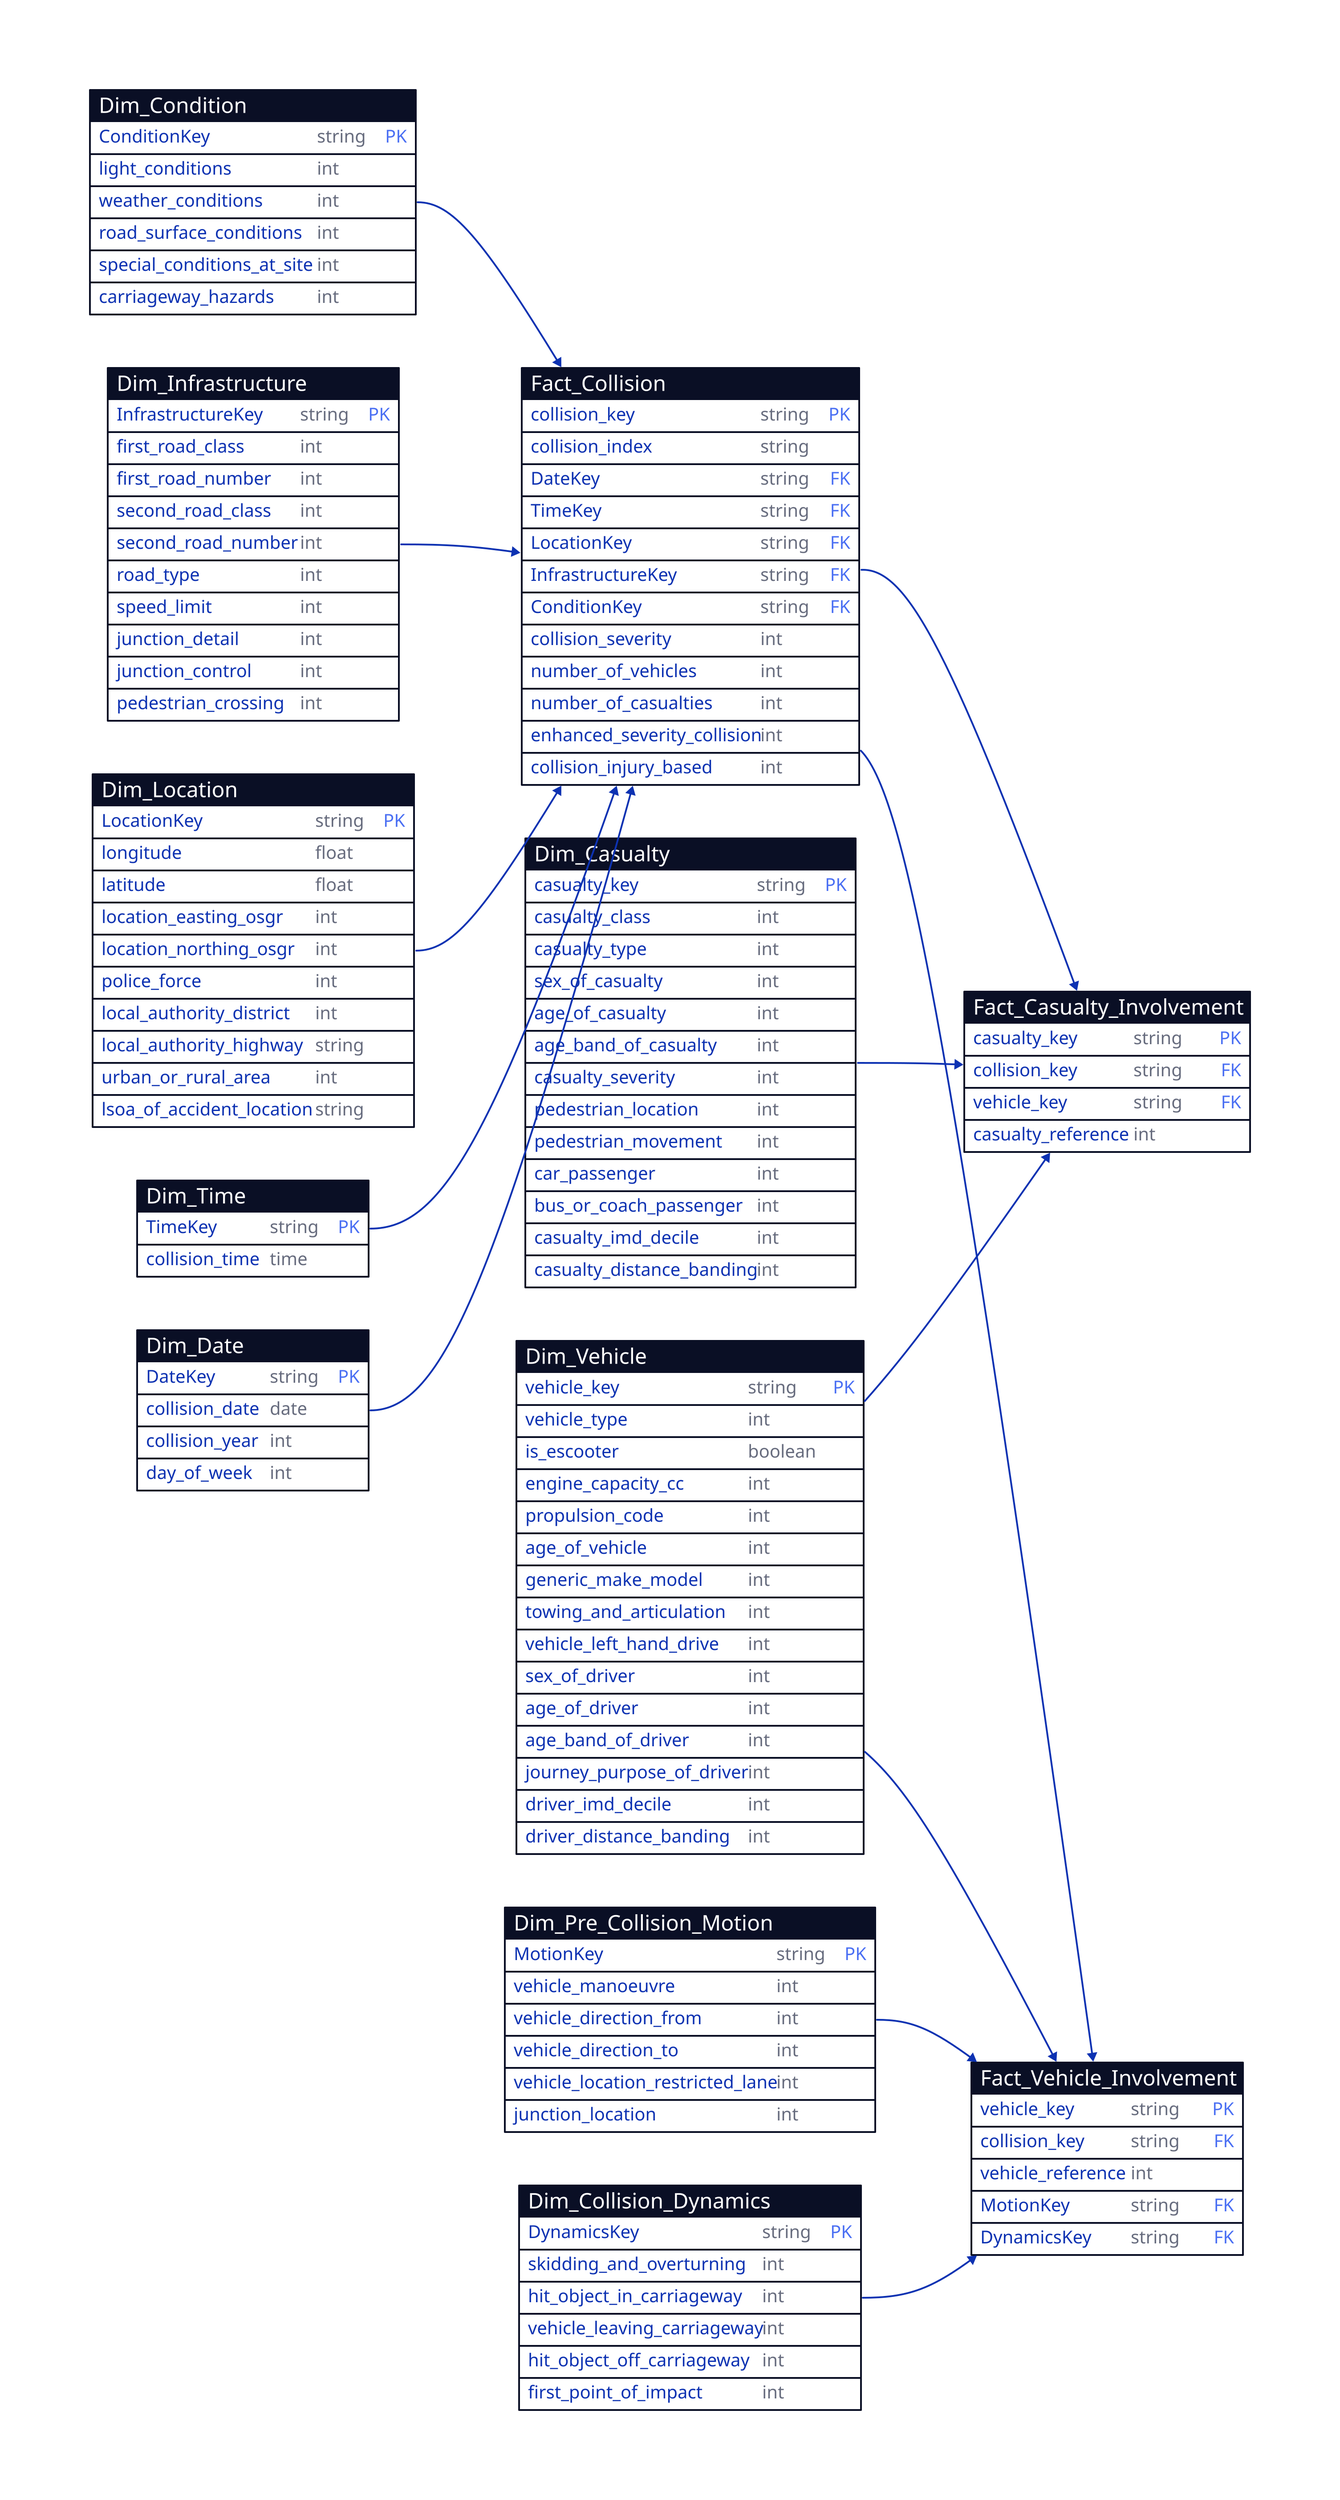
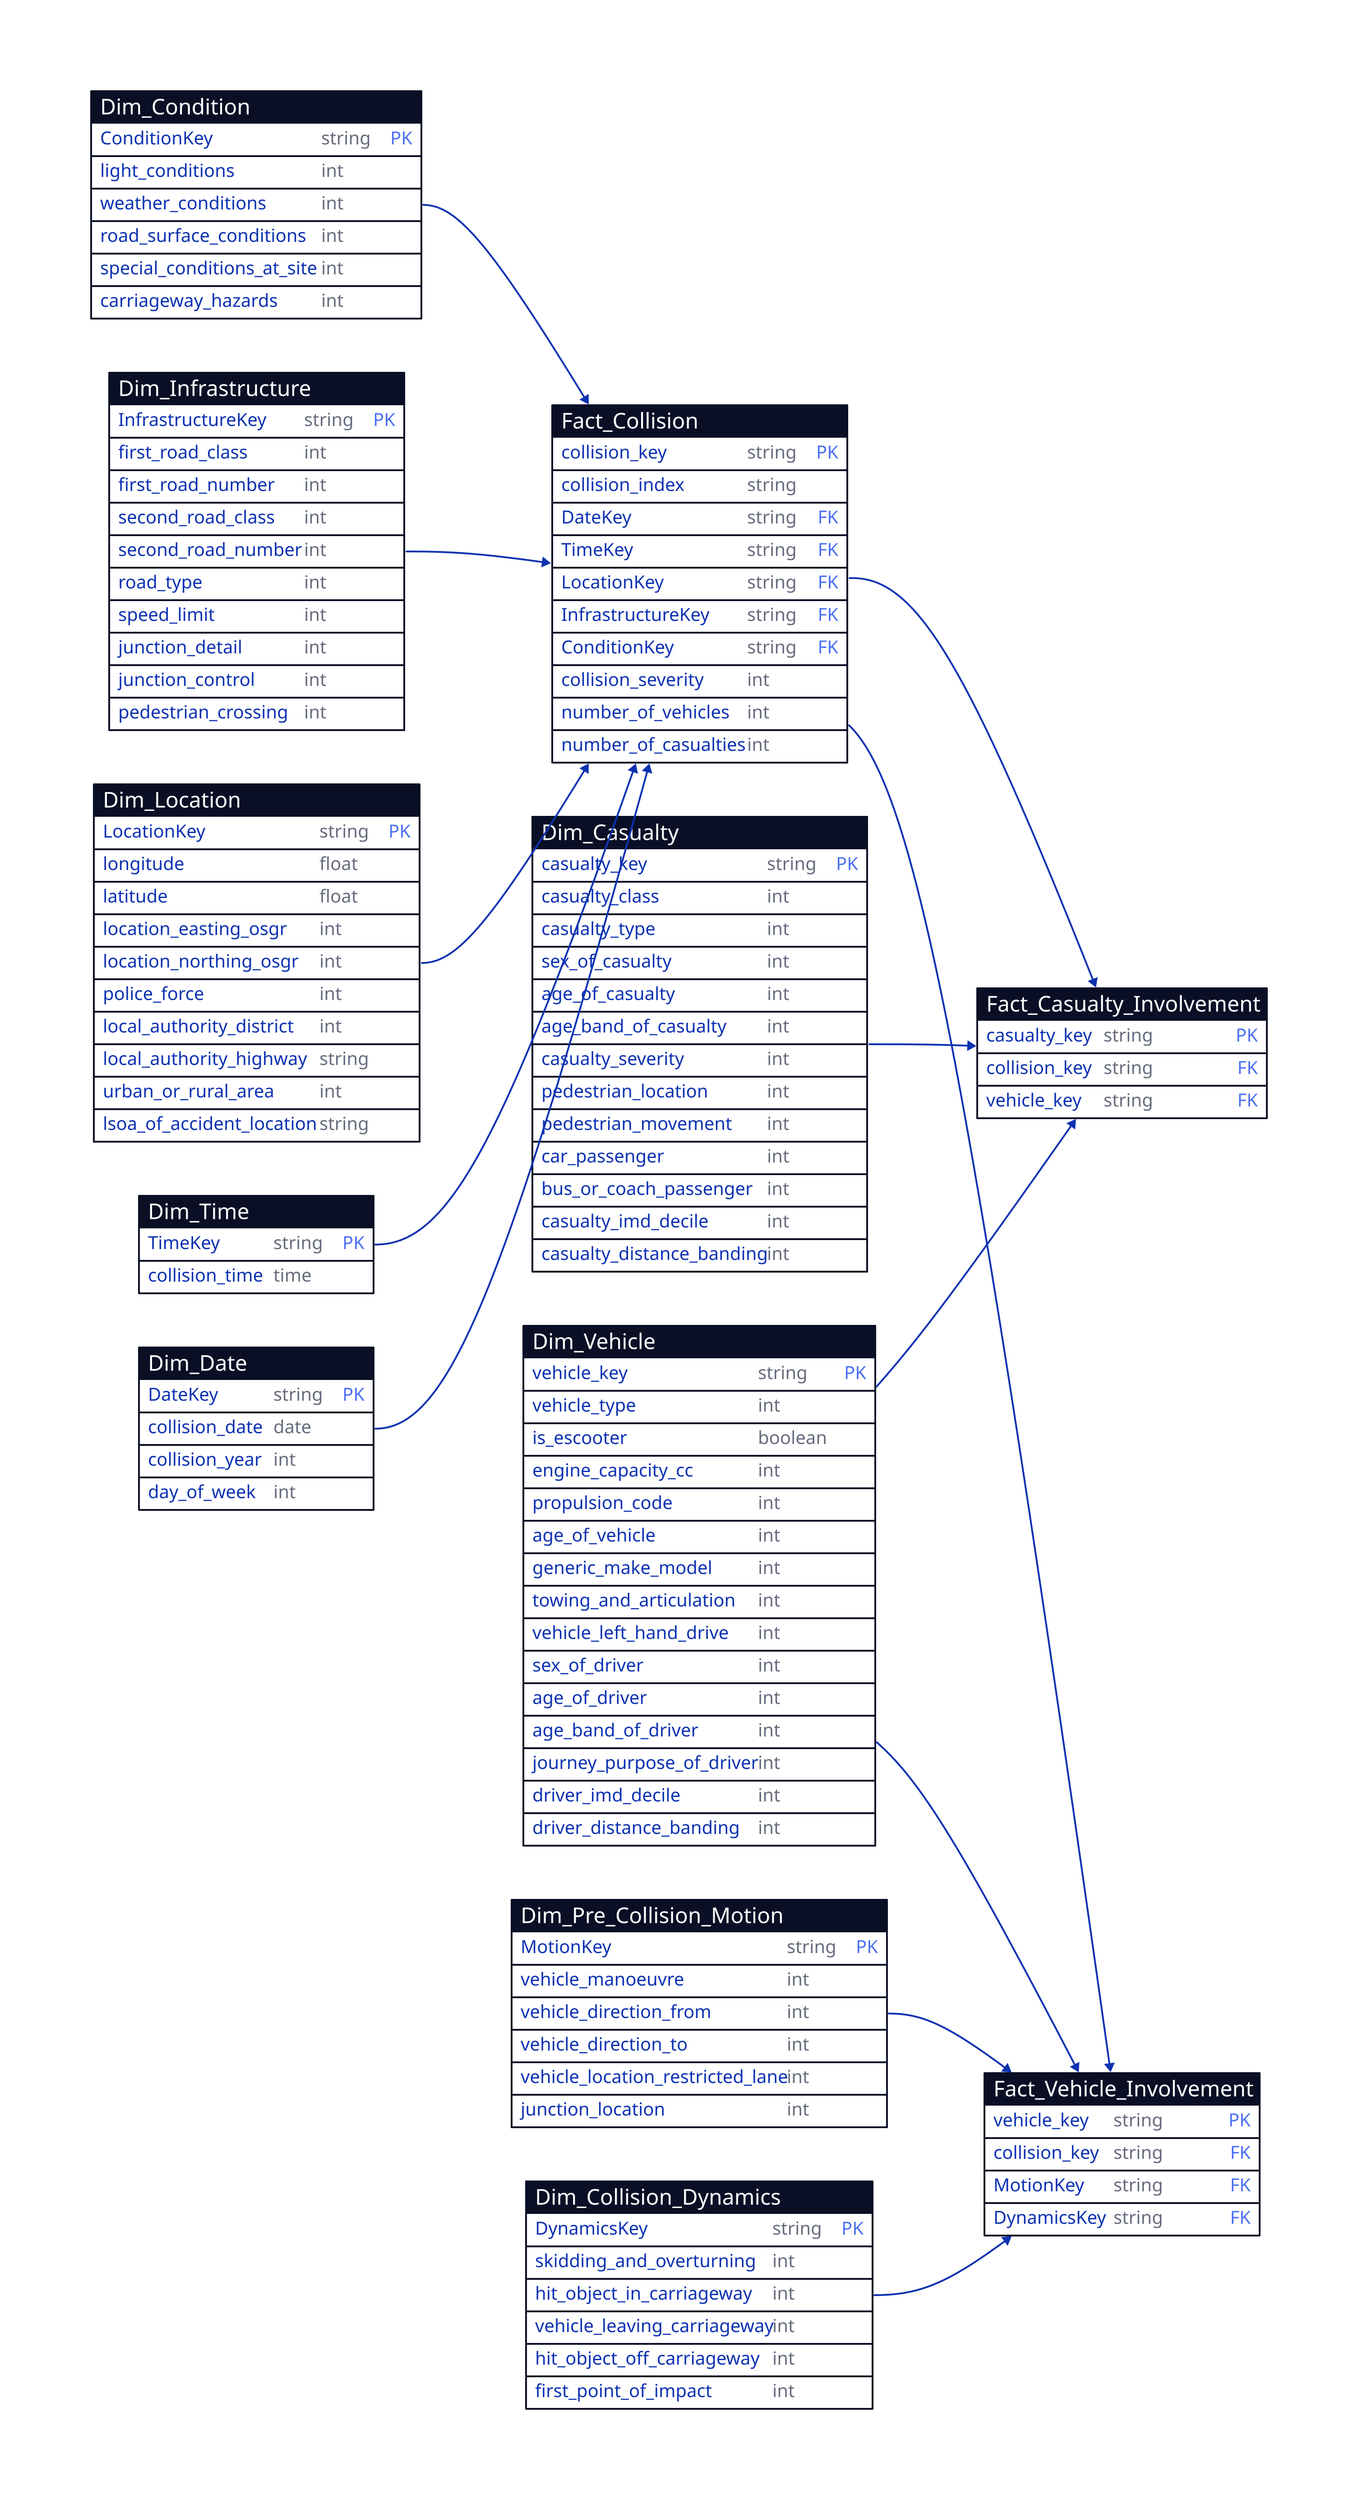
direction: right

# Fact Tables
Fact_Collision: {
  shape: sql_table
  collision_key: string {constraint: primary_key}
  collision_index: string
  DateKey: string {constraint: foreign_key}
  TimeKey: string {constraint: foreign_key}
  LocationKey: string {constraint: foreign_key}
  InfrastructureKey: string {constraint: foreign_key}
  ConditionKey: string {constraint: foreign_key}
  collision_severity: int
  number_of_vehicles: int
  number_of_casualties: int
-   enhanced_severity_collision: int
-   collision_injury_based: int
+   # skip these two (they are more complex and their handling will be added later)
+   # enhanced_severity_collision: int
+   # collision_injury_based: int
}

Fact_Vehicle_Involvement: {
  shape: sql_table
  vehicle_key: string {constraint: primary_key}
  collision_key: string {constraint: foreign_key}
-   vehicle_reference: int
  MotionKey: string {constraint: foreign_key}
  DynamicsKey: string {constraint: foreign_key}
}

Fact_Casualty_Involvement: {
  shape: sql_table
  casualty_key: string {constraint: primary_key}
  collision_key: string {constraint: foreign_key}
  vehicle_key: string {constraint: foreign_key}
-   casualty_reference: int
}

# Dimension Tables
Dim_Casualty: {
  shape: sql_table
  casualty_key: string {constraint: primary_key}
  casualty_class: int
  casualty_type: int
  sex_of_casualty: int
  age_of_casualty: int
  age_band_of_casualty: int
  casualty_severity: int
  pedestrian_location: int
  pedestrian_movement: int
  car_passenger: int
  bus_or_coach_passenger: int
  casualty_imd_decile: int
  casualty_distance_banding: int
}

Dim_Vehicle: {
  shape: sql_table
  vehicle_key: string {constraint: primary_key}
  vehicle_type: int
  is_escooter: boolean
  engine_capacity_cc: int
  propulsion_code: int
  age_of_vehicle: int
  generic_make_model: int
  towing_and_articulation: int
  vehicle_left_hand_drive: int
  sex_of_driver: int
  age_of_driver: int
  age_band_of_driver: int
  journey_purpose_of_driver: int
  driver_imd_decile: int
  driver_distance_banding: int
}

Dim_Date: {
  shape: sql_table
  DateKey: string {constraint: primary_key}
  collision_date: date
  collision_year: int
  day_of_week: int
}

Dim_Time: {
  shape: sql_table
  TimeKey: string {constraint: primary_key}
  collision_time: time
}

Dim_Location: {
  shape: sql_table
  LocationKey: string {constraint: primary_key}
  longitude: float
  latitude: float
  location_easting_osgr: int
  location_northing_osgr: int
  police_force: int
  local_authority_district: int
  local_authority_highway: string
  urban_or_rural_area: int
  lsoa_of_accident_location: string
}

Dim_Infrastructure: {
  shape: sql_table
  InfrastructureKey: string {constraint: primary_key}
  first_road_class: int
  first_road_number: int
  second_road_class: int
  second_road_number: int
  road_type: int
  speed_limit: int
  junction_detail: int
  junction_control: int
  pedestrian_crossing: int
}

Dim_Condition: {
  shape: sql_table
  ConditionKey: string {constraint: primary_key}
  light_conditions: int
  weather_conditions: int
  road_surface_conditions: int
  special_conditions_at_site: int
  carriageway_hazards: int
}

Dim_Pre_Collision_Motion: {
  shape: sql_table
  MotionKey: string {constraint: primary_key}
  vehicle_manoeuvre: int
  vehicle_direction_from: int
  vehicle_direction_to: int
  vehicle_location_restricted_lane: int
  junction_location: int
}

Dim_Collision_Dynamics: {
  shape: sql_table
  DynamicsKey: string {constraint: primary_key}
  skidding_and_overturning: int
  hit_object_in_carriageway: int
  vehicle_leaving_carriageway: int
  hit_object_off_carriageway: int
  first_point_of_impact: int
}

# Dimensions to Fact_Collision (Level 1 Grain)
Dim_Date.DateKey -> Fact_Collision.DateKey
Dim_Time.TimeKey -> Fact_Collision.TimeKey
Dim_Location.LocationKey -> Fact_Collision.LocationKey
Dim_Infrastructure.InfrastructureKey -> Fact_Collision.InfrastructureKey
Dim_Condition.ConditionKey -> Fact_Collision.ConditionKey

# Dimensions to Fact_Vehicle_Involvement (Level 2 Grain)
Dim_Vehicle.vehicle_key -> Fact_Vehicle_Involvement.vehicle_key
Dim_Pre_Collision_Motion.MotionKey -> Fact_Vehicle_Involvement.MotionKey
Dim_Collision_Dynamics.DynamicsKey -> Fact_Vehicle_Involvement.DynamicsKey

# Dimensions to Fact_Casualty_Involvement (Level 2 Grain)
Dim_Casualty.casualty_key -> Fact_Casualty_Involvement.casualty_key
Dim_Vehicle.vehicle_key -> Fact_Casualty_Involvement.vehicle_key

- # Fact to Fact Relationships (Degenerate Dimension Link)
+ # Fact to Fact Relationships (Factless Fact Link)
Fact_Collision.collision_key -> Fact_Vehicle_Involvement.collision_key
Fact_Collision.collision_key -> Fact_Casualty_Involvement.collision_key